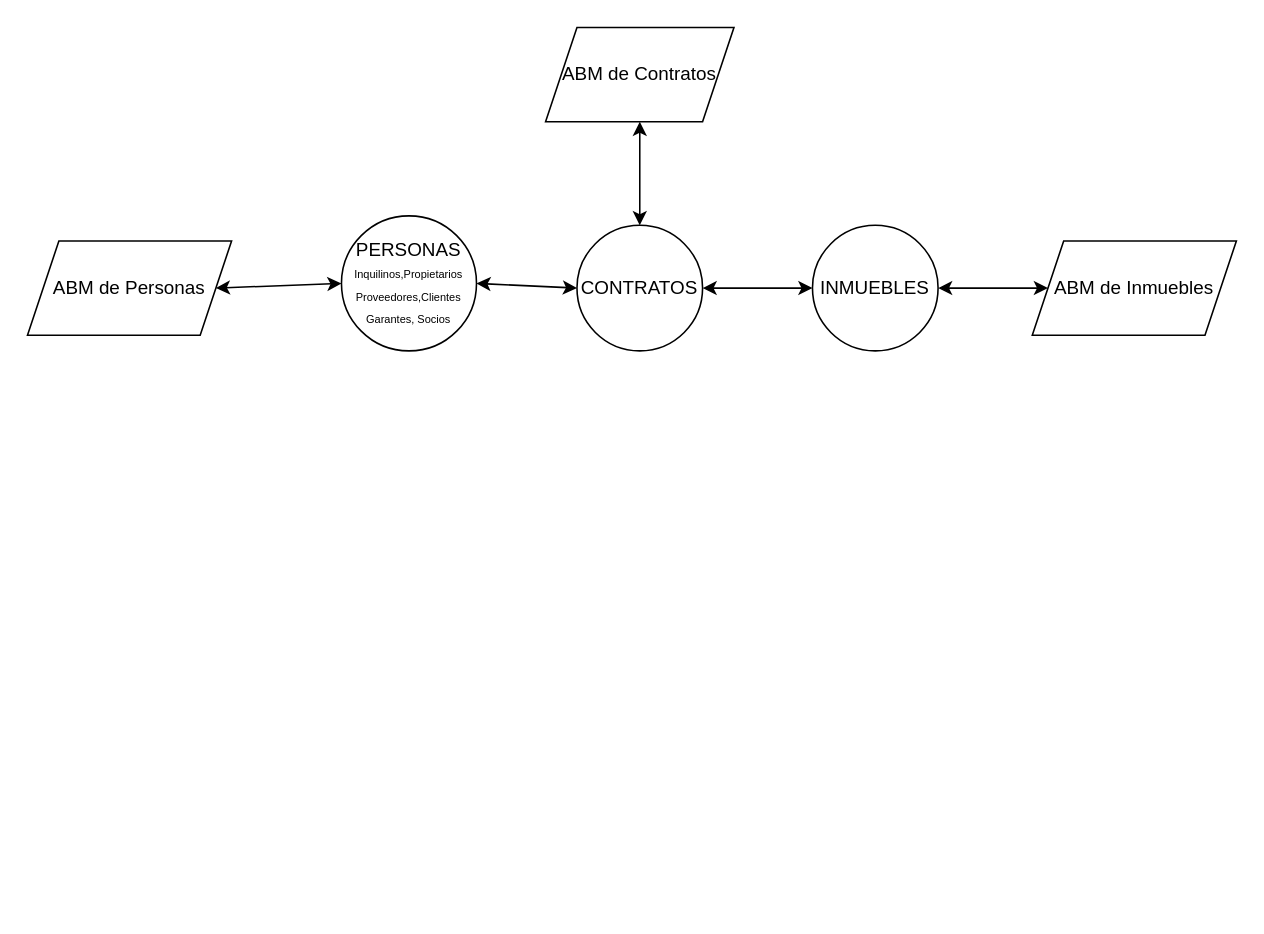
The draw.io diagram NiVIS.drawio in Nvis88/afip.php, before the edit. Source tidied: cells renumbered, new cells numbered last; positions are measured from the earlier drawing's top-left corner, leaving out a move shared by most shapes. Both pictures are drawn from the tidied source at 157%, with x=0, y=0 at pixel (27, 27).
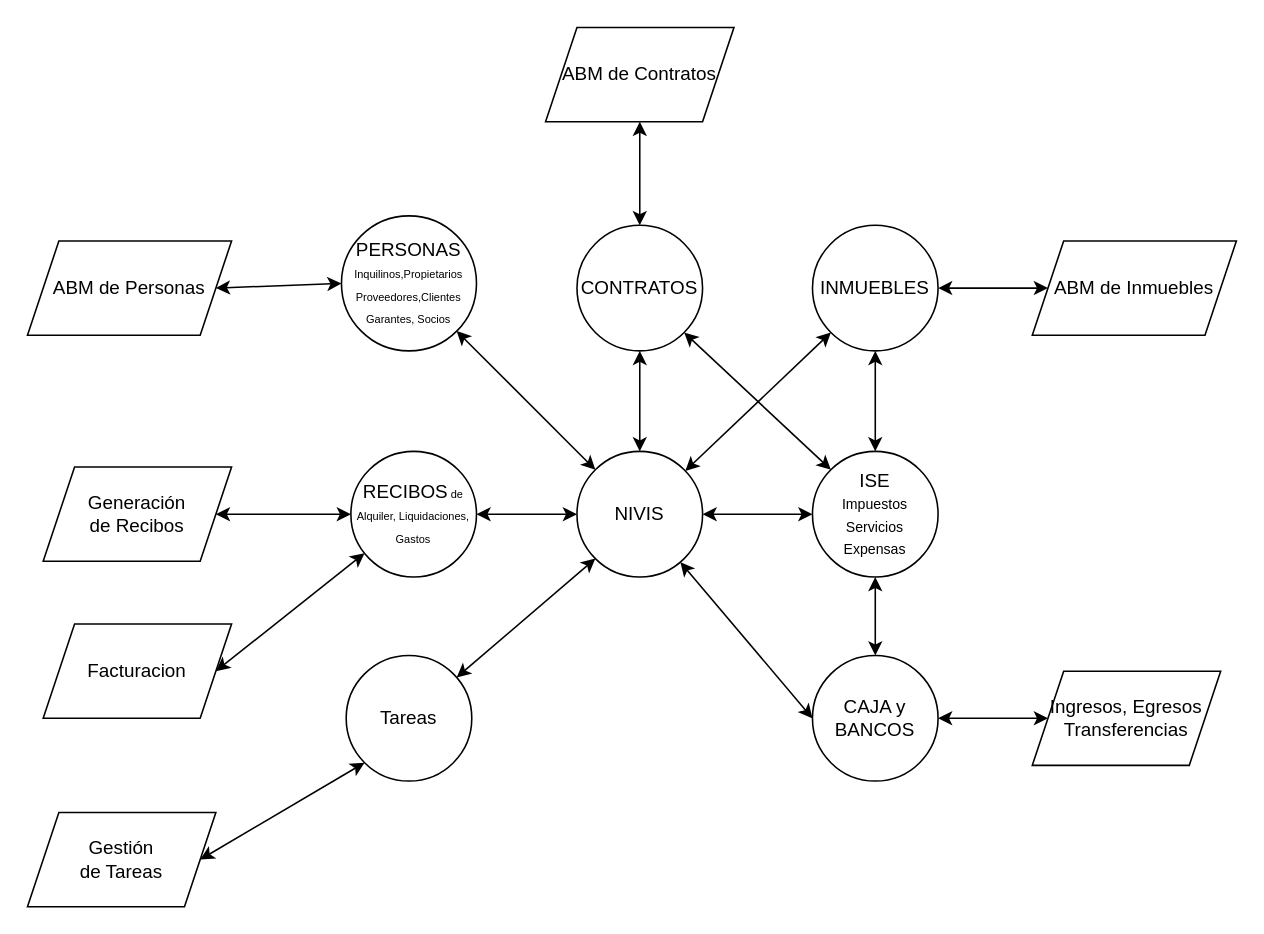
After the change.

Unchanged cells that the change refers to:
```xml
<mxCell id="2" value="&lt;div&gt;PERSONAS&lt;/div&gt;&lt;div&gt;&lt;font style=&quot;font-size: 7px;&quot;&gt;Inquilinos,Propietarios&lt;/font&gt;&lt;/div&gt;&lt;div&gt;&lt;font style=&quot;font-size: 7px;&quot;&gt;Proveedores,Clientes&lt;/font&gt;&lt;/div&gt;&lt;div&gt;&lt;font style=&quot;font-size: 7px;&quot;&gt;Garantes, Socios&lt;/font&gt;&lt;br&gt;&lt;/div&gt;" style="ellipse;whiteSpace=wrap;html=1;" parent="1" vertex="1">
  <mxGeometry x="200" y="120" width="86" height="86" as="geometry" />
</mxCell>
<mxCell id="5" value="INMUEBLES" style="ellipse;whiteSpace=wrap;html=1;" parent="1" vertex="1">
  <mxGeometry x="500" y="126" width="80" height="80" as="geometry" />
</mxCell>
<mxCell id="8" value="CONTRATOS" style="ellipse;whiteSpace=wrap;html=1;" parent="1" vertex="1">
  <mxGeometry x="350" y="126" width="80" height="80" as="geometry" />
</mxCell>
```

Diff of the diagram source:
```diff
@@
-    <mxCell id="11" style="endArrow=classic;startArrow=classic;html=1;rounded=0;exitX=1;exitY=0.5;exitDx=0;exitDy=0;entryX=0;entryY=0.5;entryDx=0;entryDy=0;" parent="1" edge="1" source="2" target="8">
+    <mxCell id="11" style="endArrow=classic;startArrow=classic;html=1;rounded=0;" parent="1" edge="1" source="2" target="19">
       <mxGeometry relative="1" as="geometry" />
     </mxCell>
-    <mxCell id="12" style="endArrow=classic;startArrow=classic;html=1;rounded=0;entryX=0;entryY=0.5;entryDx=0;entryDy=0;exitX=1;exitY=0.5;exitDx=0;exitDy=0;" parent="1" edge="1" source="8" target="5">
+    <mxCell id="12" style="endArrow=classic;startArrow=classic;html=1;rounded=0;entryX=0;entryY=1;entryDx=0;entryDy=0;" parent="1" edge="1" source="19" target="5">
       <mxGeometry relative="1" as="geometry" />
     </mxCell>
+    <mxCell id="13" value="CAJA y BANCOS" style="ellipse;whiteSpace=wrap;html=1;" parent="1" vertex="1">
+      <mxGeometry x="500" y="400" width="80" height="80" as="geometry" />
+    </mxCell>
+    <mxCell id="14" value="&lt;div&gt;Ingresos, Egresos&lt;/div&gt;&lt;div&gt;Transferencias&lt;br&gt;&lt;/div&gt;" style="shape=parallelogram;perimeter=parallelogramPerimeter;whiteSpace=wrap;html=1;fixedSize=1;" parent="1" vertex="1">
+      <mxGeometry x="640" y="410" width="120" height="60" as="geometry" />
+    </mxCell>
+    <mxCell id="15" style="endArrow=classic;startArrow=classic;html=1;rounded=0;entryX=0;entryY=0.5;entryDx=0;entryDy=0;exitX=1;exitY=0.5;exitDx=0;exitDy=0;" parent="1" edge="1" source="13" target="14">
+      <mxGeometry relative="1" as="geometry" />
+    </mxCell>
+    <mxCell id="16" value="&lt;div&gt;RECIBOS&lt;font style=&quot;font-size: 7px;&quot;&gt; de&lt;br&gt;&lt;/font&gt;&lt;/div&gt;&lt;div&gt;&lt;font style=&quot;font-size: 7px;&quot;&gt;Alquiler, Liquidaciones, Gastos&lt;/font&gt;&lt;br&gt;&lt;/div&gt;" style="ellipse;whiteSpace=wrap;html=1;" parent="1" vertex="1">
+      <mxGeometry x="206" y="270" width="80" height="80" as="geometry" />
+    </mxCell>
+    <mxCell id="17" value="&lt;div&gt;Generación&lt;/div&gt;&lt;div&gt;de Recibos&lt;br&gt;&lt;/div&gt;" style="shape=parallelogram;perimeter=parallelogramPerimeter;whiteSpace=wrap;html=1;fixedSize=1;" parent="1" vertex="1">
+      <mxGeometry x="10" y="280" width="120" height="60" as="geometry" />
+    </mxCell>
+    <mxCell id="18" style="endArrow=classic;startArrow=classic;html=1;rounded=0;exitX=1;exitY=0.5;exitDx=0;exitDy=0;entryX=0;entryY=0.5;entryDx=0;entryDy=0;" parent="1" edge="1" source="17" target="16">
+      <mxGeometry relative="1" as="geometry" />
+    </mxCell>
+    <mxCell id="19" value="NIVIS" style="ellipse;whiteSpace=wrap;html=1;" parent="1" vertex="1">
+      <mxGeometry x="350" y="270" width="80" height="80" as="geometry" />
+    </mxCell>
+    <mxCell id="20" style="endArrow=classic;startArrow=classic;html=1;rounded=0;exitX=0.5;exitY=0;exitDx=0;exitDy=0;entryX=0.5;entryY=1;entryDx=0;entryDy=0;" parent="1" edge="1" source="19" target="8">
+      <mxGeometry relative="1" as="geometry" />
+    </mxCell>
+    <mxCell id="21" style="endArrow=classic;startArrow=classic;html=1;rounded=0;exitX=1;exitY=0.5;exitDx=0;exitDy=0;entryX=0;entryY=0.5;entryDx=0;entryDy=0;" parent="1" edge="1" source="16" target="19">
+      <mxGeometry relative="1" as="geometry" />
+    </mxCell>
+    <mxCell id="22" style="endArrow=classic;startArrow=classic;html=1;rounded=0;entryX=0;entryY=0.5;entryDx=0;entryDy=0;" parent="1" edge="1" source="19" target="13">
+      <mxGeometry relative="1" as="geometry" />
+    </mxCell>
+    <mxCell id="23" value="Facturacion" style="shape=parallelogram;perimeter=parallelogramPerimeter;whiteSpace=wrap;html=1;fixedSize=1;" parent="1" vertex="1">
+      <mxGeometry x="10" y="380" width="120" height="60" as="geometry" />
+    </mxCell>
+    <mxCell id="24" style="endArrow=classic;startArrow=classic;html=1;rounded=0;exitX=1;exitY=0.5;exitDx=0;exitDy=0;" parent="1" edge="1" source="23" target="16">
+      <mxGeometry relative="1" as="geometry" />
+    </mxCell>
+    <mxCell id="25" value="&lt;div&gt;ISE&lt;/div&gt;&lt;div&gt;&lt;font style=&quot;font-size: 9px;&quot;&gt;Impuestos&lt;/font&gt;&lt;/div&gt;&lt;div&gt;&lt;font style=&quot;font-size: 9px;&quot;&gt;Servicios&lt;/font&gt;&lt;/div&gt;&lt;div&gt;&lt;font style=&quot;font-size: 9px;&quot;&gt;Expensas&lt;/font&gt;&lt;br&gt;&lt;/div&gt;" style="ellipse;whiteSpace=wrap;html=1;" parent="1" vertex="1">
+      <mxGeometry x="500" y="270" width="80" height="80" as="geometry" />
+    </mxCell>
+    <mxCell id="26" style="endArrow=classic;startArrow=classic;html=1;rounded=0;entryX=0;entryY=0.5;entryDx=0;entryDy=0;" parent="1" edge="1" target="25">
+      <mxGeometry relative="1" as="geometry">
+        <mxPoint x="430" y="310" as="sourcePoint" />
+      </mxGeometry>
+    </mxCell>
+    <mxCell id="27" style="endArrow=classic;startArrow=classic;html=1;rounded=0;entryX=1;entryY=1;entryDx=0;entryDy=0;exitX=0;exitY=0;exitDx=0;exitDy=0;" parent="1" edge="1" source="25" target="8">
+      <mxGeometry relative="1" as="geometry" />
+    </mxCell>
+    <mxCell id="28" style="endArrow=classic;startArrow=classic;html=1;rounded=0;entryX=0.5;entryY=1;entryDx=0;entryDy=0;" parent="1" edge="1" source="25" target="5">
+      <mxGeometry relative="1" as="geometry" />
+    </mxCell>
+    <mxCell id="29" style="endArrow=classic;startArrow=classic;html=1;rounded=0;entryX=0.5;entryY=1;entryDx=0;entryDy=0;exitX=0.5;exitY=0;exitDx=0;exitDy=0;" parent="1" edge="1" source="13" target="25">
+      <mxGeometry relative="1" as="geometry" />
+    </mxCell>
+    <mxCell id="30" value="Tareas" style="ellipse;whiteSpace=wrap;html=1;" parent="1" vertex="1">
+      <mxGeometry x="203" y="400" width="80" height="80" as="geometry" />
+    </mxCell>
+    <mxCell id="31" style="endArrow=classic;startArrow=classic;html=1;rounded=0;entryX=0;entryY=1;entryDx=0;entryDy=0;" parent="1" edge="1" source="30" target="19">
+      <mxGeometry relative="1" as="geometry" />
+    </mxCell>
+    <mxCell id="32" value="&lt;div&gt;Gestión&lt;/div&gt;&lt;div&gt;de Tareas&lt;br&gt;&lt;/div&gt;" style="shape=parallelogram;perimeter=parallelogramPerimeter;whiteSpace=wrap;html=1;fixedSize=1;" parent="1" vertex="1">
+      <mxGeometry y="500" width="120" height="60" as="geometry" />
+    </mxCell>
+    <mxCell id="33" style="endArrow=classic;startArrow=classic;html=1;rounded=0;entryX=0;entryY=1;entryDx=0;entryDy=0;exitX=1;exitY=0.5;exitDx=0;exitDy=0;" parent="1" edge="1" source="32" target="30">
+      <mxGeometry relative="1" as="geometry" />
+    </mxCell>
```
